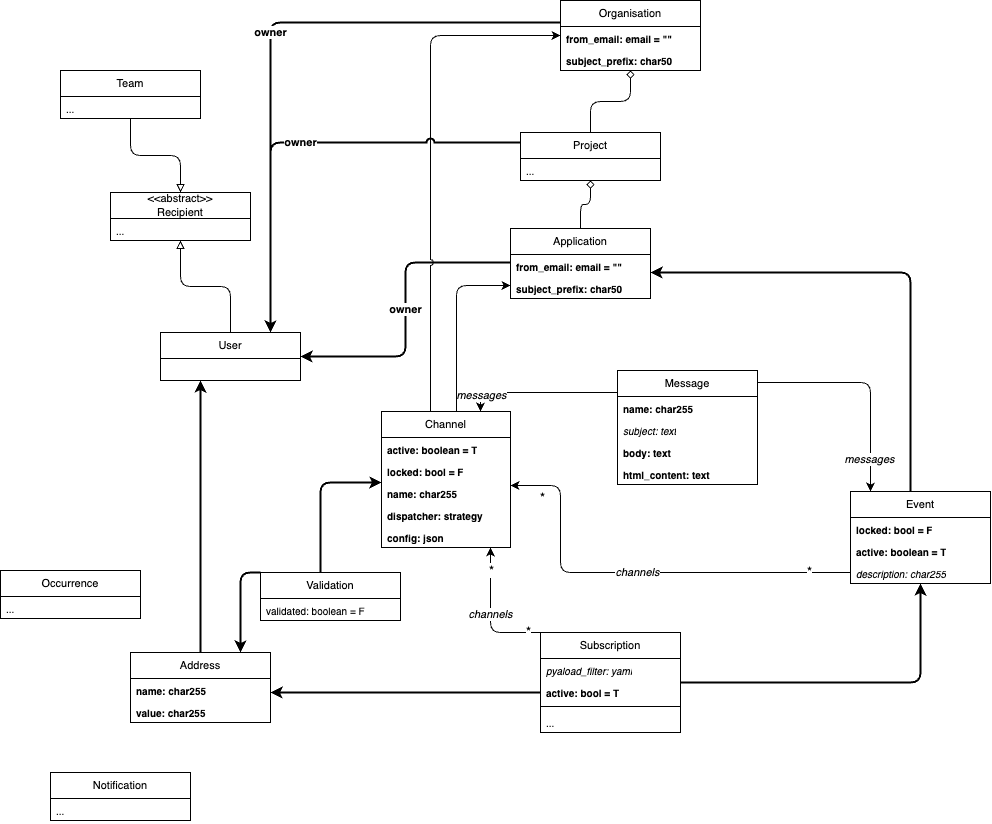
Before: docs/BitcasterCD.drawio.png, a diagram exported from draw.io (bitcaster-io/bitcaster). Source tidied: cells renumbered, new cells last; positions are measured from the earlier drawing's top-left corner, leaving out a move shared by most shapes.
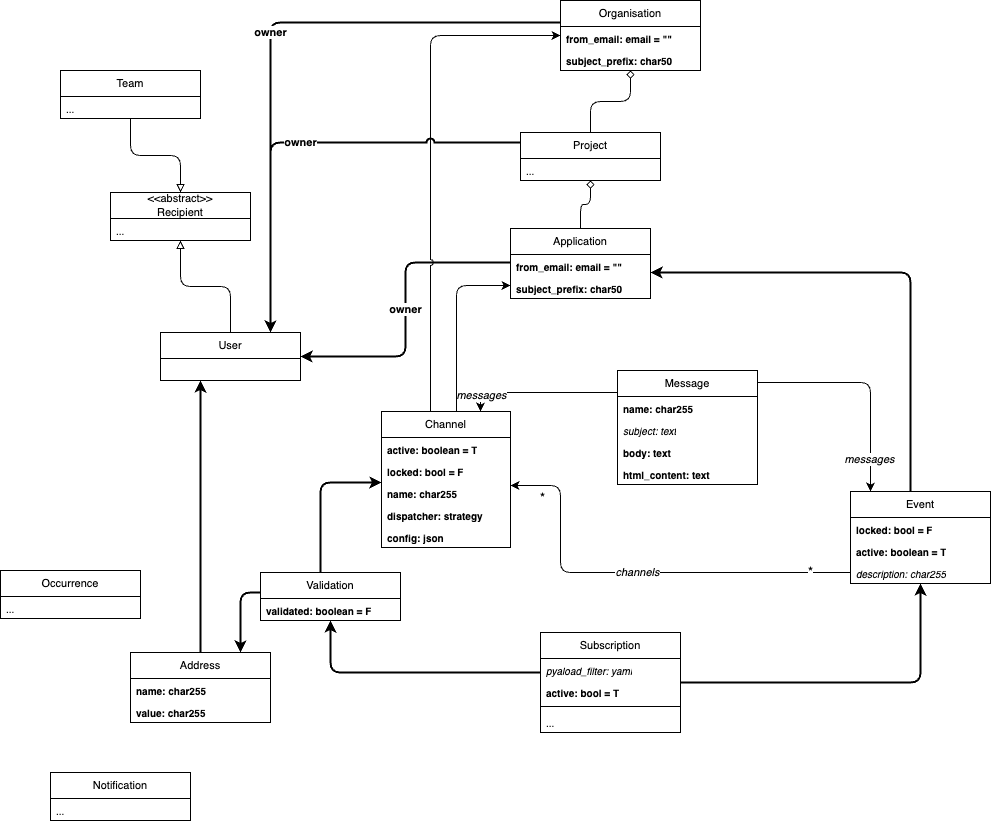
After the commit.

Change to the diagram source:
```diff
@@ -194,33 +194,17 @@
     <mxCell id="55" value="value: char255" style="text;strokeColor=none;fillColor=none;align=left;verticalAlign=top;spacingLeft=4;spacingRight=4;overflow=hidden;whiteSpace=wrap;html=1;fontSize=10;fontStyle=1;" parent="53" vertex="1">
       <mxGeometry y="48" width="140" height="22" as="geometry" />
     </mxCell>
-    <mxCell id="56" value="channels" style="edgeStyle=orthogonalEdgeStyle;rounded=1;jettySize=auto;html=1;curved=0;jumpStyle=arc;fontStyle=2;" parent="1" edge="1" source="22" target="29">
-      <mxGeometry relative="1" as="geometry">
-        <Array as="points">
-          <mxPoint x="490" y="632" />
-        </Array>
-      </mxGeometry>
-    </mxCell>
-    <mxCell id="57" value="*" style="edgeLabel;html=1;align=center;verticalAlign=middle;fontSize=13;" parent="56" vertex="1">
-      <mxGeometry x="0.85" y="-1" relative="1" as="geometry">
-        <mxPoint y="13" as="offset" />
-      </mxGeometry>
-    </mxCell>
-    <mxCell id="58" value="*" style="edgeLabel;html=1;align=center;verticalAlign=middle;fontSize=13;" parent="56" vertex="1">
-      <mxGeometry x="-0.81" y="-1" relative="1" as="geometry" />
-    </mxCell>
-    <mxCell id="59" style="edgeStyle=orthogonalEdgeStyle;rounded=1;jettySize=auto;html=1;curved=0;jumpStyle=arc;strokeWidth=2;" parent="1" edge="1" source="22" target="53">
+    <mxCell id="59" style="edgeStyle=orthogonalEdgeStyle;rounded=1;jettySize=auto;html=1;curved=0;jumpStyle=arc;strokeWidth=2;" parent="1" edge="1" source="22" target="62">
       <mxGeometry relative="1" as="geometry">
         <Array as="points">
-          <mxPoint x="500" y="692" />
-          <mxPoint x="500" y="692" />
+          <mxPoint x="330" y="672" />
         </Array>
       </mxGeometry>
     </mxCell>
     <mxCell id="60" style="edgeStyle=orthogonalEdgeStyle;rounded=1;jettySize=auto;html=1;curved=0;jumpStyle=arc;strokeWidth=2;" parent="1" edge="1" source="62" target="53">
       <mxGeometry relative="1" as="geometry">
         <Array as="points">
-          <mxPoint x="240" y="572" />
+          <mxPoint x="240" y="592" />
         </Array>
       </mxGeometry>
     </mxCell>
@@ -234,7 +218,7 @@
     <mxCell id="62" value="Validation" style="swimlane;fontStyle=0;horizontal=1;startSize=26;fillColor=none;whiteSpace=wrap;html=1;fontSize=11;" parent="1" vertex="1">
       <mxGeometry x="260" y="572" width="140" height="48" as="geometry" />
     </mxCell>
-    <mxCell id="63" value="validated: boolean = F" style="text;strokeColor=none;fillColor=none;align=left;verticalAlign=top;spacingLeft=4;spacingRight=4;overflow=hidden;whiteSpace=wrap;html=1;fontSize=10;" parent="62" vertex="1">
+    <mxCell id="63" value="validated: boolean = F" style="text;strokeColor=none;fillColor=none;align=left;verticalAlign=top;spacingLeft=4;spacingRight=4;overflow=hidden;whiteSpace=wrap;html=1;fontSize=10;fontStyle=1;" parent="62" vertex="1">
       <mxGeometry y="26" width="140" height="22" as="geometry" />
     </mxCell>
     <mxCell id="64" value="owner" style="edgeStyle=orthogonalEdgeStyle;rounded=1;jettySize=auto;html=1;curved=0;jumpStyle=arc;fontStyle=1;strokeWidth=2;" parent="1" edge="1" source="12" target="46">
```
